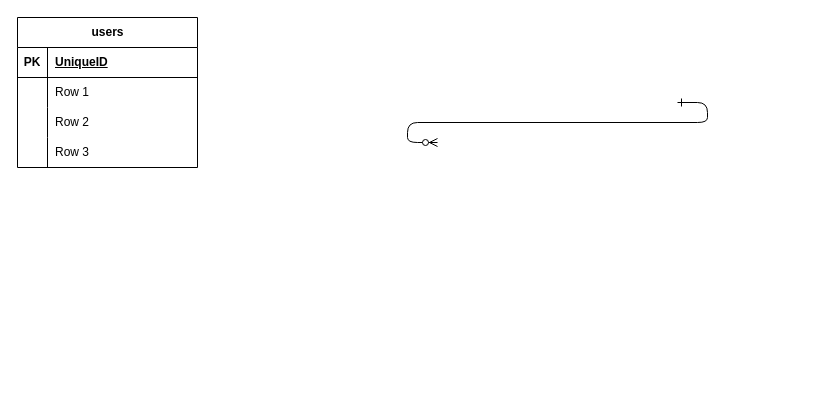
This is law_office_search_ER.drawio from kawakami1995/law_office_search, a draw.io file, before an edit. Source tidied: cells renumbered, new cells numbered last; positions are measured from the earlier drawing's top-left corner, leaving out a move shared by most shapes. Both pictures are drawn from the tidied source at 100%, with x=0, y=0 at pixel (17, 17).
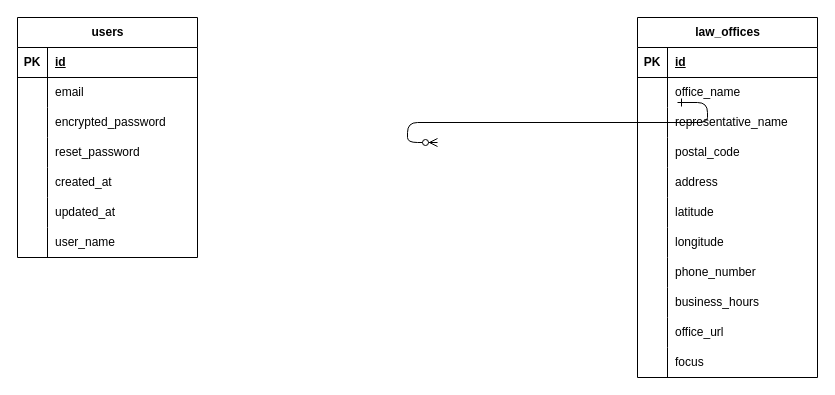
The same page after the edit.

Commit message:
law_office_search_ER.drawio を更新します

Unchanged cells that the change refers to:
```xml
<mxCell id="4" style="shape=tableRow;horizontal=0;startSize=0;swimlaneHead=0;swimlaneBody=0;fillColor=none;top=0;left=0;right=0;bottom=1;" parent="3" vertex="1">
  <mxGeometry y="30" width="180" height="30" as="geometry" />
</mxCell>
<mxCell id="7" style="shape=tableRow;horizontal=0;startSize=0;swimlaneHead=0;swimlaneBody=0;fillColor=none;top=0;left=0;right=0;bottom=0;" parent="3" vertex="1">
  <mxGeometry y="60" width="180" height="30" as="geometry" />
</mxCell>
<mxCell id="10" style="shape=tableRow;horizontal=0;startSize=0;swimlaneHead=0;swimlaneBody=0;fillColor=none;top=0;left=0;right=0;bottom=0;" parent="3" vertex="1">
  <mxGeometry y="90" width="180" height="30" as="geometry" />
</mxCell>
<mxCell id="13" style="shape=tableRow;horizontal=0;startSize=0;swimlaneHead=0;swimlaneBody=0;fillColor=none;top=0;left=0;right=0;bottom=0;" parent="3" vertex="1">
  <mxGeometry y="120" width="180" height="30" as="geometry" />
</mxCell>
```

What changed in the source:
```diff
@@
     <mxCell id="3" value="users" style="shape=table;startSize=30;childLayout=tableLayout;rowLines=0;fontStyle=1;align=center;html=1;" parent="1" vertex="1">
-      <mxGeometry width="180" height="150" as="geometry" />
+      <mxGeometry width="180" height="240" as="geometry" />
     </mxCell>
@@
-    <mxCell id="6" value="UniqueID" style="shape=partialRectangle;fillColor=none;top=0;left=0;bottom=0;right=0;align=left;spacingLeft=6;fontStyle=5;overflow=hidden;whiteSpace=wrap;html=1;" parent="4" vertex="1">
+    <mxCell id="6" value="id" style="shape=partialRectangle;fillColor=none;top=0;left=0;bottom=0;right=0;align=left;spacingLeft=6;fontStyle=5;overflow=hidden;whiteSpace=wrap;html=1;" parent="4" vertex="1">
       <mxGeometry x="30" width="150" height="30" as="geometry" />
     </mxCell>
@@
-    <mxCell id="9" value="Row 1" style="shape=partialRectangle;fillColor=none;top=0;left=0;bottom=0;right=0;align=left;spacingLeft=6;overflow=hidden;whiteSpace=wrap;html=1;" parent="7" vertex="1">
+    <mxCell id="9" value="email" style="shape=partialRectangle;fillColor=none;top=0;left=0;bottom=0;right=0;align=left;spacingLeft=6;overflow=hidden;whiteSpace=wrap;html=1;" parent="7" vertex="1">
       <mxGeometry x="30" width="150" height="30" as="geometry" />
     </mxCell>
@@
-    <mxCell id="12" value="Row 2" style="shape=partialRectangle;fillColor=none;top=0;left=0;bottom=0;right=0;align=left;spacingLeft=6;overflow=hidden;whiteSpace=wrap;html=1;" parent="10" vertex="1">
+    <mxCell id="12" value="encrypted_password" style="shape=partialRectangle;fillColor=none;top=0;left=0;bottom=0;right=0;align=left;spacingLeft=6;overflow=hidden;whiteSpace=wrap;html=1;" parent="10" vertex="1">
       <mxGeometry x="30" width="150" height="30" as="geometry" />
     </mxCell>
@@
-    <mxCell id="15" value="Row 3" style="shape=partialRectangle;fillColor=none;top=0;left=0;bottom=0;right=0;align=left;spacingLeft=6;overflow=hidden;whiteSpace=wrap;html=1;" parent="13" vertex="1">
+    <mxCell id="15" value="reset_password" style="shape=partialRectangle;fillColor=none;top=0;left=0;bottom=0;right=0;align=left;spacingLeft=6;overflow=hidden;whiteSpace=wrap;html=1;" parent="13" vertex="1">
       <mxGeometry x="30" width="150" height="30" as="geometry" />
     </mxCell>
+    <mxCell id="16" style="shape=tableRow;horizontal=0;startSize=0;swimlaneHead=0;swimlaneBody=0;fillColor=none;top=0;left=0;right=0;bottom=0;" parent="3" vertex="1">
+      <mxGeometry y="150" width="180" height="30" as="geometry" />
+    </mxCell>
+    <mxCell id="17" style="shape=partialRectangle;fillColor=none;top=0;left=0;bottom=0;right=0;overflow=hidden;whiteSpace=wrap;html=1;" parent="16" vertex="1">
+      <mxGeometry width="30" height="30" as="geometry" />
+    </mxCell>
+    <mxCell id="18" value="created_at" style="shape=partialRectangle;fillColor=none;top=0;left=0;bottom=0;right=0;align=left;spacingLeft=6;overflow=hidden;whiteSpace=wrap;html=1;" parent="16" vertex="1">
+      <mxGeometry x="30" width="150" height="30" as="geometry" />
+    </mxCell>
+    <mxCell id="19" style="shape=tableRow;horizontal=0;startSize=0;swimlaneHead=0;swimlaneBody=0;fillColor=none;top=0;left=0;right=0;bottom=0;" parent="3" vertex="1">
+      <mxGeometry y="180" width="180" height="30" as="geometry" />
+    </mxCell>
+    <mxCell id="20" style="shape=partialRectangle;fillColor=none;top=0;left=0;bottom=0;right=0;overflow=hidden;whiteSpace=wrap;html=1;" parent="19" vertex="1">
+      <mxGeometry width="30" height="30" as="geometry" />
+    </mxCell>
+    <mxCell id="21" value="updated_at" style="shape=partialRectangle;fillColor=none;top=0;left=0;bottom=0;right=0;align=left;spacingLeft=6;overflow=hidden;whiteSpace=wrap;html=1;" parent="19" vertex="1">
+      <mxGeometry x="30" width="150" height="30" as="geometry" />
+    </mxCell>
+    <mxCell id="22" style="shape=tableRow;horizontal=0;startSize=0;swimlaneHead=0;swimlaneBody=0;fillColor=none;top=0;left=0;right=0;bottom=0;" parent="3" vertex="1">
+      <mxGeometry y="210" width="180" height="30" as="geometry" />
+    </mxCell>
+    <mxCell id="23" style="shape=partialRectangle;fillColor=none;top=0;left=0;bottom=0;right=0;overflow=hidden;whiteSpace=wrap;html=1;" parent="22" vertex="1">
+      <mxGeometry width="30" height="30" as="geometry" />
+    </mxCell>
+    <mxCell id="24" value="user_name" style="shape=partialRectangle;fillColor=none;top=0;left=0;bottom=0;right=0;align=left;spacingLeft=6;overflow=hidden;whiteSpace=wrap;html=1;" parent="22" vertex="1">
+      <mxGeometry x="30" width="150" height="30" as="geometry" />
+    </mxCell>
+    <mxCell id="25" value="law_offices" style="shape=table;startSize=30;childLayout=tableLayout;rowLines=0;fontStyle=1;align=center;html=1;" parent="1" vertex="1">
+      <mxGeometry x="620" width="180" height="360" as="geometry" />
+    </mxCell>
+    <mxCell id="26" style="shape=tableRow;horizontal=0;startSize=0;swimlaneHead=0;swimlaneBody=0;fillColor=none;top=0;left=0;right=0;bottom=1;" parent="25" vertex="1">
+      <mxGeometry y="30" width="180" height="30" as="geometry" />
+    </mxCell>
+    <mxCell id="27" value="PK" style="shape=partialRectangle;fillColor=none;top=0;left=0;bottom=0;right=0;fontStyle=1;overflow=hidden;whiteSpace=wrap;html=1;" parent="26" vertex="1">
+      <mxGeometry width="30" height="30" as="geometry" />
+    </mxCell>
+    <mxCell id="28" value="id" style="shape=partialRectangle;fillColor=none;top=0;left=0;bottom=0;right=0;align=left;spacingLeft=6;fontStyle=5;overflow=hidden;whiteSpace=wrap;html=1;" parent="26" vertex="1">
+      <mxGeometry x="30" width="150" height="30" as="geometry" />
+    </mxCell>
+    <mxCell id="29" style="shape=tableRow;horizontal=0;startSize=0;swimlaneHead=0;swimlaneBody=0;fillColor=none;top=0;left=0;right=0;bottom=0;" parent="25" vertex="1">
+      <mxGeometry y="60" width="180" height="30" as="geometry" />
+    </mxCell>
+    <mxCell id="30" style="shape=partialRectangle;fillColor=none;top=0;left=0;bottom=0;right=0;overflow=hidden;whiteSpace=wrap;html=1;" parent="29" vertex="1">
+      <mxGeometry width="30" height="30" as="geometry" />
+    </mxCell>
+    <mxCell id="31" value="office_name" style="shape=partialRectangle;fillColor=none;top=0;left=0;bottom=0;right=0;align=left;spacingLeft=6;overflow=hidden;whiteSpace=wrap;html=1;" parent="29" vertex="1">
+      <mxGeometry x="30" width="150" height="30" as="geometry" />
+    </mxCell>
+    <mxCell id="32" style="shape=tableRow;horizontal=0;startSize=0;swimlaneHead=0;swimlaneBody=0;fillColor=none;top=0;left=0;right=0;bottom=0;" parent="25" vertex="1">
+      <mxGeometry y="90" width="180" height="30" as="geometry" />
+    </mxCell>
+    <mxCell id="33" style="shape=partialRectangle;fillColor=none;top=0;left=0;bottom=0;right=0;overflow=hidden;whiteSpace=wrap;html=1;" parent="32" vertex="1">
+      <mxGeometry width="30" height="30" as="geometry" />
+    </mxCell>
+    <mxCell id="34" value="representative_name" style="shape=partialRectangle;fillColor=none;top=0;left=0;bottom=0;right=0;align=left;spacingLeft=6;overflow=hidden;whiteSpace=wrap;html=1;" parent="32" vertex="1">
+      <mxGeometry x="30" width="150" height="30" as="geometry" />
+    </mxCell>
+    <mxCell id="35" style="shape=tableRow;horizontal=0;startSize=0;swimlaneHead=0;swimlaneBody=0;fillColor=none;top=0;left=0;right=0;bottom=0;" parent="25" vertex="1">
+      <mxGeometry y="120" width="180" height="30" as="geometry" />
+    </mxCell>
+    <mxCell id="36" style="shape=partialRectangle;fillColor=none;top=0;left=0;bottom=0;right=0;overflow=hidden;whiteSpace=wrap;html=1;" parent="35" vertex="1">
+      <mxGeometry width="30" height="30" as="geometry" />
+    </mxCell>
+    <mxCell id="37" value="postal_code" style="shape=partialRectangle;fillColor=none;top=0;left=0;bottom=0;right=0;align=left;spacingLeft=6;overflow=hidden;whiteSpace=wrap;html=1;" parent="35" vertex="1">
+      <mxGeometry x="30" width="150" height="30" as="geometry" />
+    </mxCell>
+    <mxCell id="38" style="shape=tableRow;horizontal=0;startSize=0;swimlaneHead=0;swimlaneBody=0;fillColor=none;top=0;left=0;right=0;bottom=0;" parent="25" vertex="1">
+      <mxGeometry y="150" width="180" height="30" as="geometry" />
+    </mxCell>
+    <mxCell id="39" style="shape=partialRectangle;fillColor=none;top=0;left=0;bottom=0;right=0;overflow=hidden;whiteSpace=wrap;html=1;" parent="38" vertex="1">
+      <mxGeometry width="30" height="30" as="geometry" />
+    </mxCell>
+    <mxCell id="40" value="address" style="shape=partialRectangle;fillColor=none;top=0;left=0;bottom=0;right=0;align=left;spacingLeft=6;overflow=hidden;whiteSpace=wrap;html=1;" parent="38" vertex="1">
+      <mxGeometry x="30" width="150" height="30" as="geometry" />
+    </mxCell>
+    <mxCell id="41" style="shape=tableRow;horizontal=0;startSize=0;swimlaneHead=0;swimlaneBody=0;fillColor=none;top=0;left=0;right=0;bottom=0;" parent="25" vertex="1">
+      <mxGeometry y="180" width="180" height="30" as="geometry" />
+    </mxCell>
+    <mxCell id="42" style="shape=partialRectangle;fillColor=none;top=0;left=0;bottom=0;right=0;overflow=hidden;whiteSpace=wrap;html=1;" parent="41" vertex="1">
+      <mxGeometry width="30" height="30" as="geometry" />
+    </mxCell>
+    <mxCell id="43" value="latitude" style="shape=partialRectangle;fillColor=none;top=0;left=0;bottom=0;right=0;align=left;spacingLeft=6;overflow=hidden;whiteSpace=wrap;html=1;" parent="41" vertex="1">
+      <mxGeometry x="30" width="150" height="30" as="geometry" />
+    </mxCell>
+    <mxCell id="44" style="shape=tableRow;horizontal=0;startSize=0;swimlaneHead=0;swimlaneBody=0;fillColor=none;top=0;left=0;right=0;bottom=0;" parent="25" vertex="1">
+      <mxGeometry y="210" width="180" height="30" as="geometry" />
+    </mxCell>
+    <mxCell id="45" style="shape=partialRectangle;fillColor=none;top=0;left=0;bottom=0;right=0;overflow=hidden;whiteSpace=wrap;html=1;" parent="44" vertex="1">
+      <mxGeometry width="30" height="30" as="geometry" />
+    </mxCell>
+    <mxCell id="46" value="longitude" style="shape=partialRectangle;fillColor=none;top=0;left=0;bottom=0;right=0;align=left;spacingLeft=6;overflow=hidden;whiteSpace=wrap;html=1;" parent="44" vertex="1">
+      <mxGeometry x="30" width="150" height="30" as="geometry" />
+    </mxCell>
+    <mxCell id="47" style="shape=tableRow;horizontal=0;startSize=0;swimlaneHead=0;swimlaneBody=0;fillColor=none;top=0;left=0;right=0;bottom=0;" parent="25" vertex="1">
+      <mxGeometry y="240" width="180" height="30" as="geometry" />
+    </mxCell>
+    <mxCell id="48" style="shape=partialRectangle;fillColor=none;top=0;left=0;bottom=0;right=0;overflow=hidden;whiteSpace=wrap;html=1;" parent="47" vertex="1">
+      <mxGeometry width="30" height="30" as="geometry" />
+    </mxCell>
+    <mxCell id="49" value="phone_number" style="shape=partialRectangle;fillColor=none;top=0;left=0;bottom=0;right=0;align=left;spacingLeft=6;overflow=hidden;whiteSpace=wrap;html=1;" parent="47" vertex="1">
+      <mxGeometry x="30" width="150" height="30" as="geometry" />
+    </mxCell>
+    <mxCell id="50" style="shape=tableRow;horizontal=0;startSize=0;swimlaneHead=0;swimlaneBody=0;fillColor=none;top=0;left=0;right=0;bottom=0;" parent="25" vertex="1">
+      <mxGeometry y="270" width="180" height="30" as="geometry" />
+    </mxCell>
+    <mxCell id="51" style="shape=partialRectangle;fillColor=none;top=0;left=0;bottom=0;right=0;overflow=hidden;whiteSpace=wrap;html=1;" parent="50" vertex="1">
+      <mxGeometry width="30" height="30" as="geometry" />
+    </mxCell>
+    <mxCell id="52" value="business_hours" style="shape=partialRectangle;fillColor=none;top=0;left=0;bottom=0;right=0;align=left;spacingLeft=6;overflow=hidden;whiteSpace=wrap;html=1;" parent="50" vertex="1">
+      <mxGeometry x="30" width="150" height="30" as="geometry" />
+    </mxCell>
+    <mxCell id="53" style="shape=tableRow;horizontal=0;startSize=0;swimlaneHead=0;swimlaneBody=0;fillColor=none;top=0;left=0;right=0;bottom=0;" parent="25" vertex="1">
+      <mxGeometry y="300" width="180" height="30" as="geometry" />
+    </mxCell>
+    <mxCell id="54" style="shape=partialRectangle;fillColor=none;top=0;left=0;bottom=0;right=0;overflow=hidden;whiteSpace=wrap;html=1;" parent="53" vertex="1">
+      <mxGeometry width="30" height="30" as="geometry" />
+    </mxCell>
+    <mxCell id="55" value="office_url" style="shape=partialRectangle;fillColor=none;top=0;left=0;bottom=0;right=0;align=left;spacingLeft=6;overflow=hidden;whiteSpace=wrap;html=1;" parent="53" vertex="1">
+      <mxGeometry x="30" width="150" height="30" as="geometry" />
+    </mxCell>
+    <mxCell id="56" style="shape=tableRow;horizontal=0;startSize=0;swimlaneHead=0;swimlaneBody=0;fillColor=none;top=0;left=0;right=0;bottom=0;" parent="25" vertex="1">
+      <mxGeometry y="330" width="180" height="30" as="geometry" />
+    </mxCell>
+    <mxCell id="57" style="shape=partialRectangle;fillColor=none;top=0;left=0;bottom=0;right=0;overflow=hidden;whiteSpace=wrap;html=1;" parent="56" vertex="1">
+      <mxGeometry width="30" height="30" as="geometry" />
+    </mxCell>
+    <mxCell id="58" value="focus" style="shape=partialRectangle;fillColor=none;top=0;left=0;bottom=0;right=0;align=left;spacingLeft=6;overflow=hidden;whiteSpace=wrap;html=1;" parent="56" vertex="1">
+      <mxGeometry x="30" width="150" height="30" as="geometry" />
+    </mxCell>
```
